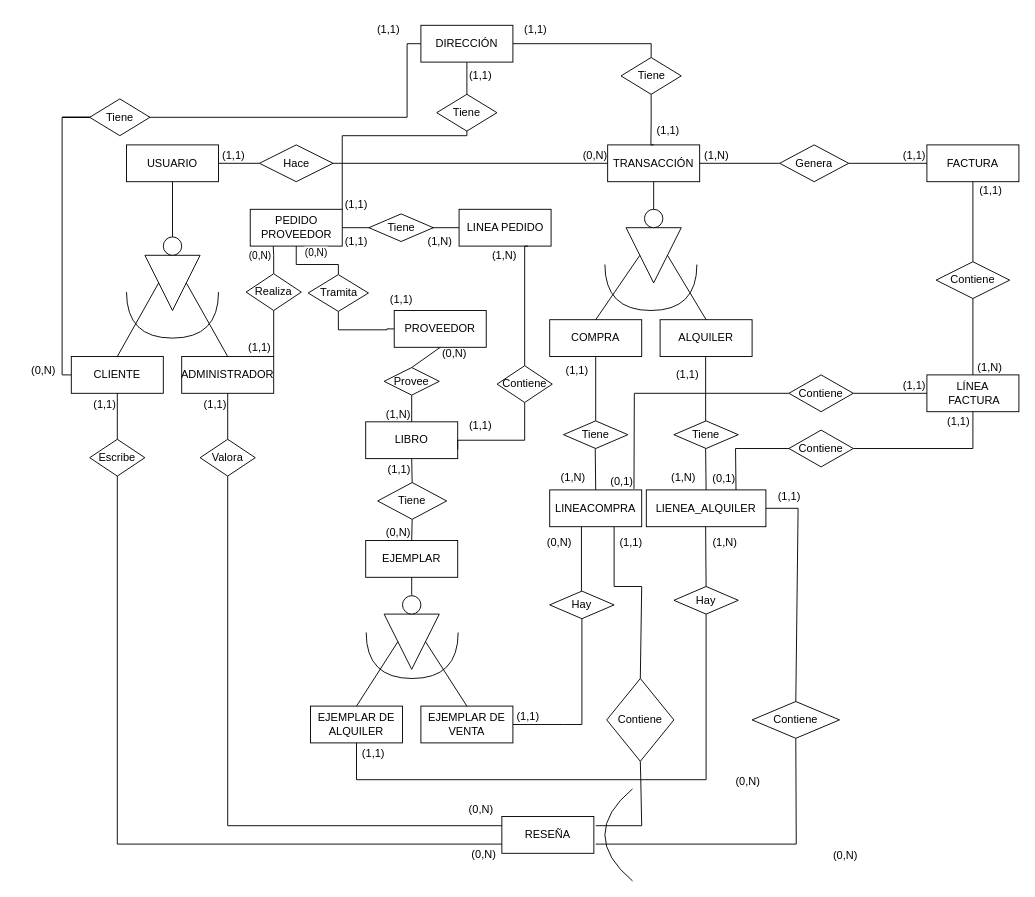
This is Diagrama sin título.drawio from ImAlex28/draw.io, a draw.io file, before an edit. Source tidied: cells renumbered, new cells numbered last; positions are measured from the earlier drawing's top-left corner, leaving out a move shared by most shapes. Both pictures are drawn from the tidied source at 92%, with x=0, y=0 at pixel (16, 16).
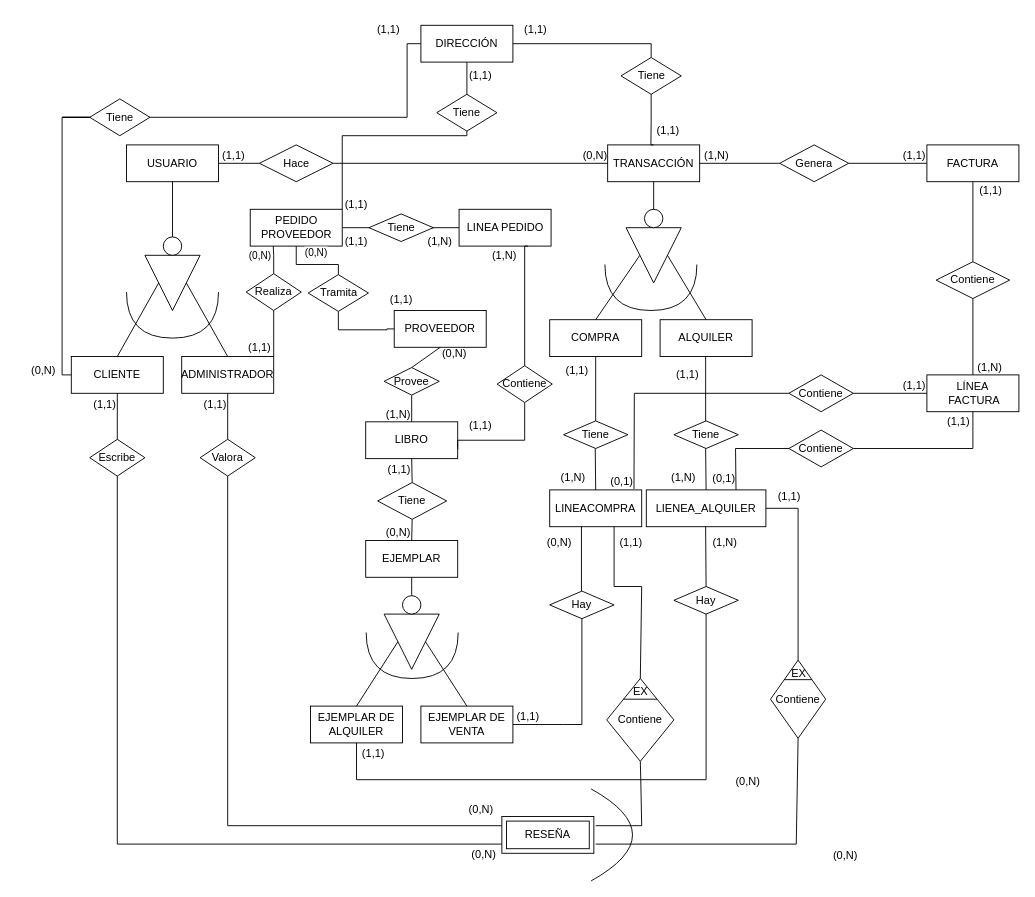
The same page after the edit.

Unchanged cells that the change refers to:
```xml
<mxCell id="32" value="Escribe" style="shape=rhombus;perimeter=rhombusPerimeter;whiteSpace=wrap;html=1;align=center;" parent="1" vertex="1">
  <mxGeometry x="80" y="460" width="60" height="40" as="geometry" />
</mxCell>
<mxCell id="33" value="Valora" style="shape=rhombus;perimeter=rhombusPerimeter;whiteSpace=wrap;html=1;align=center;" parent="1" vertex="1">
  <mxGeometry x="200" y="460" width="60" height="40" as="geometry" />
</mxCell>
<mxCell id="105" value="Contiene" style="shape=rhombus;perimeter=rhombusPerimeter;whiteSpace=wrap;html=1;align=center;" parent="1" vertex="1">
  <mxGeometry x="642" y="720" width="73" height="90" as="geometry" />
</mxCell>
```

What changed in the source:
```diff
@@
-    <mxCell id="6" value="RESEÑA" style="whiteSpace=wrap;html=1;align=center;" parent="1" vertex="1">
-      <mxGeometry x="528" y="870" width="100" height="40" as="geometry" />
-    </mxCell>
@@
-    <mxCell id="36" style="endArrow=none;html=1;rounded=0;exitX=0.5;exitY=1;exitDx=0;exitDy=0;entryX=0;entryY=0.75;entryDx=0;entryDy=0;" parent="1" edge="1" source="32" target="6">
+    <mxCell id="36" style="endArrow=none;html=1;rounded=0;exitX=0.5;exitY=1;exitDx=0;exitDy=0;entryX=0;entryY=0.75;entryDx=0;entryDy=0;" parent="1" edge="1" source="32">
       <mxGeometry relative="1" as="geometry">
+        <mxPoint x="528" y="900" as="targetPoint" />
         <Array as="points">
           <mxPoint x="110" y="900" />
         </Array>
       </mxGeometry>
     </mxCell>
@@
-    <mxCell id="38" style="endArrow=none;html=1;rounded=0;exitX=0.5;exitY=1;exitDx=0;exitDy=0;entryX=0;entryY=0.25;entryDx=0;entryDy=0;" parent="1" edge="1" source="33" target="6">
+    <mxCell id="38" style="endArrow=none;html=1;rounded=0;exitX=0.5;exitY=1;exitDx=0;exitDy=0;entryX=0;entryY=0.25;entryDx=0;entryDy=0;" parent="1" edge="1" source="33">
       <mxGeometry relative="1" as="geometry">
+        <mxPoint x="528" y="880" as="targetPoint" />
         <Array as="points">
           <mxPoint x="230" y="880" />
         </Array>
       </mxGeometry>
     </mxCell>
@@
     <mxCell id="106" value="Contiene" style="shape=rhombus;perimeter=rhombusPerimeter;whiteSpace=wrap;html=1;align=center;" parent="1" vertex="1">
-      <mxGeometry x="800" y="745" width="95" height="40" as="geometry" />
+      <mxGeometry x="820" y="700" width="60" height="85" as="geometry" />
     </mxCell>
@@
     <mxCell id="147" style="curved=1;endArrow=none;html=1;rounded=0;startFill=0;" parent="1" edge="1">
       <mxGeometry relative="1" as="geometry">
-        <mxPoint x="670" y="940" as="sourcePoint" />
-        <mxPoint x="670" y="840" as="targetPoint" />
+        <mxPoint x="625" y="840" as="sourcePoint" />
+        <mxPoint x="625" y="940" as="targetPoint" />
         <Array as="points">
-          <mxPoint x="610" y="890" />
+          <mxPoint x="715" y="890" />
         </Array>
       </mxGeometry>
     </mxCell>
+    <mxCell id="6" value="RESEÑA" style="shape=ext;margin=3;double=1;whiteSpace=wrap;html=1;align=center;" parent="1" vertex="1">
+      <mxGeometry x="528" y="870" width="100" height="40" as="geometry" />
+    </mxCell>
+    <mxCell id="148" style="endArrow=none;html=1;rounded=0;entryX=1;entryY=0;entryDx=0;entryDy=0;exitX=0;exitY=0;exitDx=0;exitDy=0;" parent="1" edge="1" source="105" target="105">
+      <mxGeometry relative="1" as="geometry" />
+    </mxCell>
+    <mxCell id="149" value="EX&lt;div&gt;&lt;br&gt;&lt;/div&gt;" style="text;strokeColor=none;fillColor=none;spacingLeft=4;spacingRight=4;overflow=hidden;fontSize=12;whiteSpace=wrap;html=1;" parent="1" vertex="1">
+      <mxGeometry x="665" y="720" width="40" height="30" as="geometry" />
+    </mxCell>
+    <mxCell id="150" style="endArrow=none;html=1;rounded=0;entryX=1;entryY=0;entryDx=0;entryDy=0;exitX=0;exitY=0;exitDx=0;exitDy=0;" parent="1" edge="1" source="106" target="106">
+      <mxGeometry relative="1" as="geometry" />
+    </mxCell>
+    <mxCell id="151" value="EX" style="text;strokeColor=none;fillColor=none;spacingLeft=4;spacingRight=4;overflow=hidden;fontSize=12;whiteSpace=wrap;html=1;" parent="1" vertex="1">
+      <mxGeometry x="837" y="701" width="40" height="30" as="geometry" />
+    </mxCell>
```
